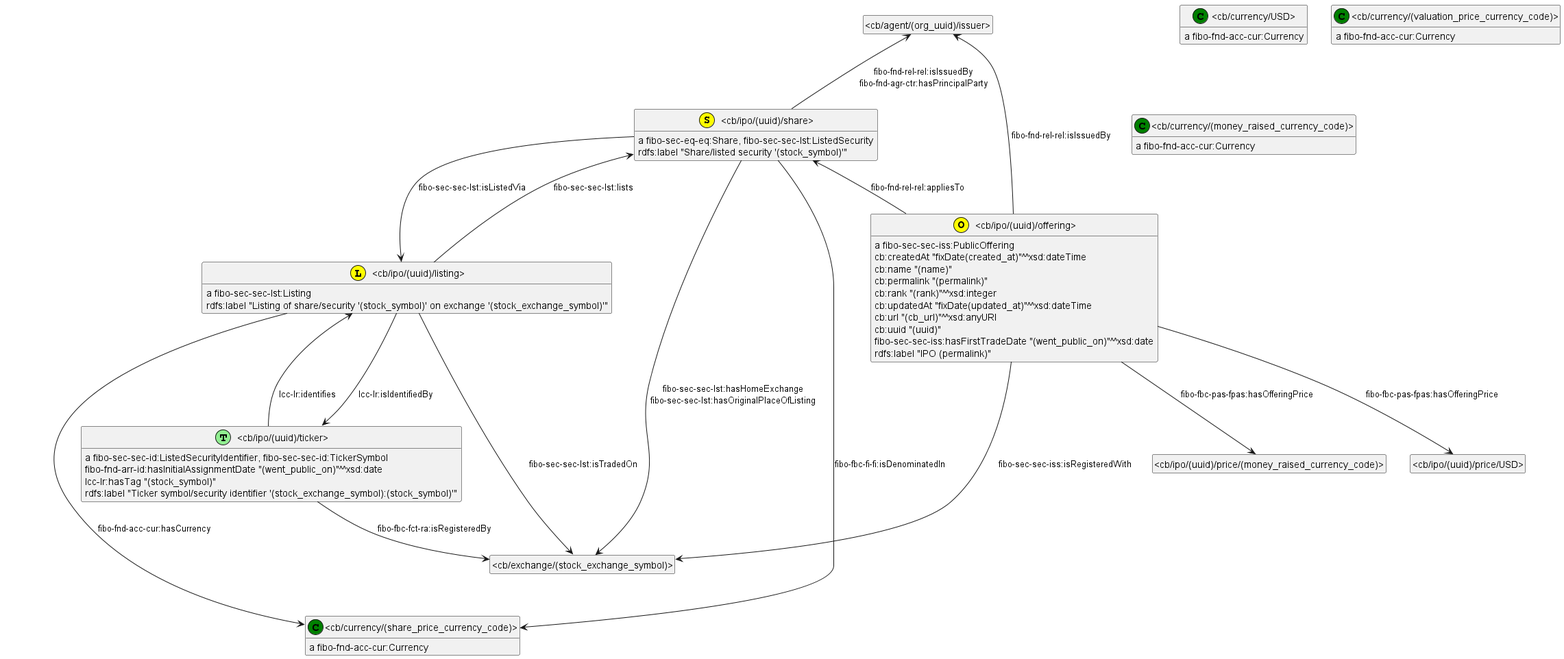
This is ipos-offering.png from VladimirAlexiev/crunchbase-fibo, a PlantUML export, as it was before one commit. The source it was exported from:
```plantuml
@startuml
hide empty members
hide circle
skinparam classAttributeIconSize 0
class _cb_currency_USD_ as "<cb/currency/USD>"
class _cb_currency_USD_ <<(C,green)>>
show _cb_currency_USD_ circle
class _cb_currency_share_price_currency_code_ as "<cb/currency/(share_price_currency_code)>"
class _cb_currency_share_price_currency_code_ <<(C,green)>>
show _cb_currency_share_price_currency_code_ circle
class _cb_currency_valuation_price_currency_code_ as "<cb/currency/(valuation_price_currency_code)>"
class _cb_currency_valuation_price_currency_code_ <<(C,green)>>
show _cb_currency_valuation_price_currency_code_ circle
class _cb_currency_money_raised_currency_code_ as "<cb/currency/(money_raised_currency_code)>"
class _cb_currency_money_raised_currency_code_ <<(C,green)>>
show _cb_currency_money_raised_currency_code_ circle
class _cb_ipo_uuid_ticker_ as "<cb/ipo/(uuid)/ticker>"
class _cb_ipo_uuid_ticker_ <<(T,lightgreen)>>
show _cb_ipo_uuid_ticker_ circle
class _cb_ipo_uuid_offering_ as "<cb/ipo/(uuid)/offering>"
class _cb_ipo_uuid_offering_ <<(O,yellow)>>
show _cb_ipo_uuid_offering_ circle
class _cb_ipo_uuid_share_ as "<cb/ipo/(uuid)/share>"
class _cb_ipo_uuid_share_ <<(S,yellow)>>
show _cb_ipo_uuid_share_ circle
class _cb_ipo_uuid_listing_ as "<cb/ipo/(uuid)/listing>"
class _cb_ipo_uuid_listing_ <<(L,yellow)>>
show _cb_ipo_uuid_listing_ circle
_cb_currency_money_raised_currency_code_ : {field} a fibo-fnd-acc-cur:Currency
_cb_ipo_uuid_listing_ : {field} a fibo-sec-sec-lst:Listing
_cb_ipo_uuid_listing_ -down-> _cb_currency_share_price_currency_code_ : fibo-fnd-acc-cur:hasCurrency
_cb_ipo_uuid_listing_ -down-> _cb_ipo_uuid_share_ : fibo-sec-sec-lst:lists
_cb_ipo_uuid_listing_ -down-> _cb_ipo_uuid_ticker_ : lcc-lr:isIdentifiedBy
class _cb_exchange_stock_exchange_symbol_ as "<cb/exchange/(stock_exchange_symbol)>"
_cb_ipo_uuid_listing_ -down-> _cb_exchange_stock_exchange_symbol_ : fibo-sec-sec-lst:isTradedOn
_cb_ipo_uuid_listing_ : {field} rdfs:label "Listing of share/security '(stock_symbol)' on exchange '(stock_exchange_symbol)'"
_cb_currency_valuation_price_currency_code_ : {field} a fibo-fnd-acc-cur:Currency
_cb_ipo_uuid_offering_ : {field} a fibo-sec-sec-iss:PublicOffering
class _cb_agent_org_uuid_issuer_ as "<cb/agent/(org_uuid)/issuer>"
_cb_ipo_uuid_offering_ -up-> _cb_agent_org_uuid_issuer_ : fibo-fnd-rel-rel:isIssuedBy
class _cb_ipo_uuid_price_money_raised_currency_code_ as "<cb/ipo/(uuid)/price/(money_raised_currency_code)>"
_cb_ipo_uuid_offering_ -down-> _cb_ipo_uuid_price_money_raised_currency_code_ : fibo-fbc-pas-fpas:hasOfferingPrice
class _cb_ipo_uuid_price_USD_ as "<cb/ipo/(uuid)/price/USD>"
_cb_ipo_uuid_offering_ -down-> _cb_ipo_uuid_price_USD_ : fibo-fbc-pas-fpas:hasOfferingPrice
_cb_ipo_uuid_offering_ -up-> _cb_ipo_uuid_share_ : fibo-fnd-rel-rel:appliesTo
_cb_ipo_uuid_offering_ -down-> _cb_exchange_stock_exchange_symbol_ : fibo-sec-sec-iss:isRegisteredWith
_cb_ipo_uuid_offering_ : {field} cb:createdAt "fixDate(created_at)"^^xsd:dateTime
_cb_ipo_uuid_offering_ : {field} cb:name "(name)"
_cb_ipo_uuid_offering_ : {field} cb:permalink "(permalink)"
_cb_ipo_uuid_offering_ : {field} cb:rank "(rank)"^^xsd:integer
_cb_ipo_uuid_offering_ : {field} cb:updatedAt "fixDate(updated_at)"^^xsd:dateTime
_cb_ipo_uuid_offering_ : {field} cb:url "(cb_url)"^^xsd:anyURI
_cb_ipo_uuid_offering_ : {field} cb:uuid "(uuid)"
_cb_ipo_uuid_offering_ : {field} fibo-sec-sec-iss:hasFirstTradeDate "(went_public_on)"^^xsd:date
_cb_ipo_uuid_offering_ : {field} rdfs:label "IPO (permalink)"
_cb_currency_share_price_currency_code_ : {field} a fibo-fnd-acc-cur:Currency
_cb_ipo_uuid_ticker_ : {field} a fibo-sec-sec-id:ListedSecurityIdentifier, fibo-sec-sec-id:TickerSymbol
_cb_ipo_uuid_ticker_ -up-> _cb_ipo_uuid_listing_ : lcc-lr:identifies
_cb_ipo_uuid_ticker_ -down-> _cb_exchange_stock_exchange_symbol_ : fibo-fbc-fct-ra:isRegisteredBy
_cb_ipo_uuid_ticker_ : {field} fibo-fnd-arr-id:hasInitialAssignmentDate "(went_public_on)"^^xsd:date
_cb_ipo_uuid_ticker_ : {field} lcc-lr:hasTag "(stock_symbol)"
_cb_ipo_uuid_ticker_ : {field} rdfs:label "Ticker symbol/security identifier '(stock_exchange_symbol):(stock_symbol)'"
_cb_currency_USD_ : {field} a fibo-fnd-acc-cur:Currency
_cb_ipo_uuid_share_ : {field} a fibo-sec-eq-eq:Share, fibo-sec-sec-lst:ListedSecurity
_cb_ipo_uuid_share_ -up-> _cb_agent_org_uuid_issuer_ : fibo-fnd-rel-rel:isIssuedBy\nfibo-fnd-agr-ctr:hasPrincipalParty
_cb_ipo_uuid_share_ -down----> _cb_currency_share_price_currency_code_ : fibo-fbc-fi-fi:isDenominatedIn
_cb_ipo_uuid_share_ -down-> _cb_ipo_uuid_listing_ : fibo-sec-sec-lst:isListedVia
_cb_ipo_uuid_share_ -down-> _cb_exchange_stock_exchange_symbol_ : fibo-sec-sec-lst:hasHomeExchange\nfibo-sec-sec-lst:hasOriginalPlaceOfListing
_cb_ipo_uuid_share_ : {field} rdfs:label "Share/listed security '(stock_symbol)'"
@enduml
```
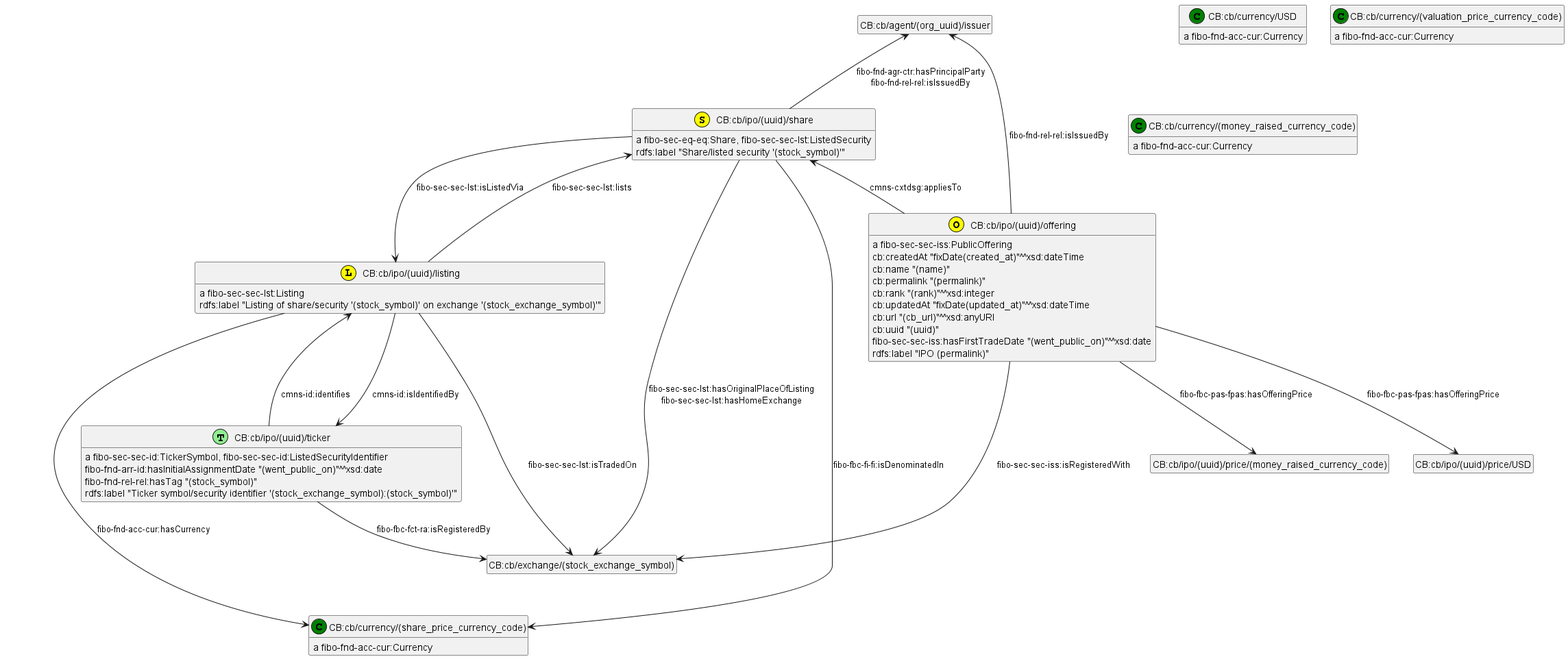
After the commit.

The edit, as a diff of the source:
```diff
@@ -2,69 +2,69 @@
 hide empty members
 hide circle
 skinparam classAttributeIconSize 0
-class _cb_currency_USD_ as "<cb/currency/USD>"
-class _cb_currency_USD_ <<(C,green)>>
-show _cb_currency_USD_ circle
-class _cb_currency_share_price_currency_code_ as "<cb/currency/(share_price_currency_code)>"
-class _cb_currency_share_price_currency_code_ <<(C,green)>>
-show _cb_currency_share_price_currency_code_ circle
-class _cb_currency_valuation_price_currency_code_ as "<cb/currency/(valuation_price_currency_code)>"
-class _cb_currency_valuation_price_currency_code_ <<(C,green)>>
-show _cb_currency_valuation_price_currency_code_ circle
-class _cb_currency_money_raised_currency_code_ as "<cb/currency/(money_raised_currency_code)>"
-class _cb_currency_money_raised_currency_code_ <<(C,green)>>
-show _cb_currency_money_raised_currency_code_ circle
-class _cb_ipo_uuid_ticker_ as "<cb/ipo/(uuid)/ticker>"
-class _cb_ipo_uuid_ticker_ <<(T,lightgreen)>>
-show _cb_ipo_uuid_ticker_ circle
-class _cb_ipo_uuid_offering_ as "<cb/ipo/(uuid)/offering>"
-class _cb_ipo_uuid_offering_ <<(O,yellow)>>
-show _cb_ipo_uuid_offering_ circle
-class _cb_ipo_uuid_share_ as "<cb/ipo/(uuid)/share>"
-class _cb_ipo_uuid_share_ <<(S,yellow)>>
-show _cb_ipo_uuid_share_ circle
-class _cb_ipo_uuid_listing_ as "<cb/ipo/(uuid)/listing>"
-class _cb_ipo_uuid_listing_ <<(L,yellow)>>
-show _cb_ipo_uuid_listing_ circle
-_cb_currency_money_raised_currency_code_ : {field} a fibo-fnd-acc-cur:Currency
-_cb_ipo_uuid_listing_ : {field} a fibo-sec-sec-lst:Listing
-_cb_ipo_uuid_listing_ -down-> _cb_currency_share_price_currency_code_ : fibo-fnd-acc-cur:hasCurrency
-_cb_ipo_uuid_listing_ -down-> _cb_ipo_uuid_share_ : fibo-sec-sec-lst:lists
-_cb_ipo_uuid_listing_ -down-> _cb_ipo_uuid_ticker_ : lcc-lr:isIdentifiedBy
-class _cb_exchange_stock_exchange_symbol_ as "<cb/exchange/(stock_exchange_symbol)>"
-_cb_ipo_uuid_listing_ -down-> _cb_exchange_stock_exchange_symbol_ : fibo-sec-sec-lst:isTradedOn
-_cb_ipo_uuid_listing_ : {field} rdfs:label "Listing of share/security '(stock_symbol)' on exchange '(stock_exchange_symbol)'"
-_cb_currency_valuation_price_currency_code_ : {field} a fibo-fnd-acc-cur:Currency
-_cb_ipo_uuid_offering_ : {field} a fibo-sec-sec-iss:PublicOffering
-class _cb_agent_org_uuid_issuer_ as "<cb/agent/(org_uuid)/issuer>"
-_cb_ipo_uuid_offering_ -up-> _cb_agent_org_uuid_issuer_ : fibo-fnd-rel-rel:isIssuedBy
-class _cb_ipo_uuid_price_money_raised_currency_code_ as "<cb/ipo/(uuid)/price/(money_raised_currency_code)>"
-_cb_ipo_uuid_offering_ -down-> _cb_ipo_uuid_price_money_raised_currency_code_ : fibo-fbc-pas-fpas:hasOfferingPrice
-class _cb_ipo_uuid_price_USD_ as "<cb/ipo/(uuid)/price/USD>"
-_cb_ipo_uuid_offering_ -down-> _cb_ipo_uuid_price_USD_ : fibo-fbc-pas-fpas:hasOfferingPrice
-_cb_ipo_uuid_offering_ -up-> _cb_ipo_uuid_share_ : fibo-fnd-rel-rel:appliesTo
-_cb_ipo_uuid_offering_ -down-> _cb_exchange_stock_exchange_symbol_ : fibo-sec-sec-iss:isRegisteredWith
-_cb_ipo_uuid_offering_ : {field} cb:createdAt "fixDate(created_at)"^^xsd:dateTime
-_cb_ipo_uuid_offering_ : {field} cb:name "(name)"
-_cb_ipo_uuid_offering_ : {field} cb:permalink "(permalink)"
-_cb_ipo_uuid_offering_ : {field} cb:rank "(rank)"^^xsd:integer
-_cb_ipo_uuid_offering_ : {field} cb:updatedAt "fixDate(updated_at)"^^xsd:dateTime
-_cb_ipo_uuid_offering_ : {field} cb:url "(cb_url)"^^xsd:anyURI
-_cb_ipo_uuid_offering_ : {field} cb:uuid "(uuid)"
-_cb_ipo_uuid_offering_ : {field} fibo-sec-sec-iss:hasFirstTradeDate "(went_public_on)"^^xsd:date
-_cb_ipo_uuid_offering_ : {field} rdfs:label "IPO (permalink)"
-_cb_currency_share_price_currency_code_ : {field} a fibo-fnd-acc-cur:Currency
-_cb_ipo_uuid_ticker_ : {field} a fibo-sec-sec-id:ListedSecurityIdentifier, fibo-sec-sec-id:TickerSymbol
-_cb_ipo_uuid_ticker_ -up-> _cb_ipo_uuid_listing_ : lcc-lr:identifies
-_cb_ipo_uuid_ticker_ -down-> _cb_exchange_stock_exchange_symbol_ : fibo-fbc-fct-ra:isRegisteredBy
-_cb_ipo_uuid_ticker_ : {field} fibo-fnd-arr-id:hasInitialAssignmentDate "(went_public_on)"^^xsd:date
-_cb_ipo_uuid_ticker_ : {field} lcc-lr:hasTag "(stock_symbol)"
-_cb_ipo_uuid_ticker_ : {field} rdfs:label "Ticker symbol/security identifier '(stock_exchange_symbol):(stock_symbol)'"
-_cb_currency_USD_ : {field} a fibo-fnd-acc-cur:Currency
-_cb_ipo_uuid_share_ : {field} a fibo-sec-eq-eq:Share, fibo-sec-sec-lst:ListedSecurity
-_cb_ipo_uuid_share_ -up-> _cb_agent_org_uuid_issuer_ : fibo-fnd-rel-rel:isIssuedBy\nfibo-fnd-agr-ctr:hasPrincipalParty
-_cb_ipo_uuid_share_ -down----> _cb_currency_share_price_currency_code_ : fibo-fbc-fi-fi:isDenominatedIn
-_cb_ipo_uuid_share_ -down-> _cb_ipo_uuid_listing_ : fibo-sec-sec-lst:isListedVia
-_cb_ipo_uuid_share_ -down-> _cb_exchange_stock_exchange_symbol_ : fibo-sec-sec-lst:hasHomeExchange\nfibo-sec-sec-lst:hasOriginalPlaceOfListing
-_cb_ipo_uuid_share_ : {field} rdfs:label "Share/listed security '(stock_symbol)'"
+class CB_cb_currency_USD as "CB:cb/currency/USD"
+class CB_cb_currency_USD <<(C,green)>>
+show CB_cb_currency_USD circle
+class CB_cb_currency_share_price_currency_code_ as "CB:cb/currency/(share_price_currency_code)"
+class CB_cb_currency_share_price_currency_code_ <<(C,green)>>
+show CB_cb_currency_share_price_currency_code_ circle
+class CB_cb_currency_valuation_price_currency_code_ as "CB:cb/currency/(valuation_price_currency_code)"
+class CB_cb_currency_valuation_price_currency_code_ <<(C,green)>>
+show CB_cb_currency_valuation_price_currency_code_ circle
+class CB_cb_currency_money_raised_currency_code_ as "CB:cb/currency/(money_raised_currency_code)"
+class CB_cb_currency_money_raised_currency_code_ <<(C,green)>>
+show CB_cb_currency_money_raised_currency_code_ circle
+class CB_cb_ipo_uuid_ticker as "CB:cb/ipo/(uuid)/ticker"
+class CB_cb_ipo_uuid_ticker <<(T,lightgreen)>>
+show CB_cb_ipo_uuid_ticker circle
+class CB_cb_ipo_uuid_offering as "CB:cb/ipo/(uuid)/offering"
+class CB_cb_ipo_uuid_offering <<(O,yellow)>>
+show CB_cb_ipo_uuid_offering circle
+class CB_cb_ipo_uuid_share as "CB:cb/ipo/(uuid)/share"
+class CB_cb_ipo_uuid_share <<(S,yellow)>>
+show CB_cb_ipo_uuid_share circle
+class CB_cb_ipo_uuid_listing as "CB:cb/ipo/(uuid)/listing"
+class CB_cb_ipo_uuid_listing <<(L,yellow)>>
+show CB_cb_ipo_uuid_listing circle
+CB_cb_ipo_uuid_listing : {field} a fibo-sec-sec-lst:Listing
+class CB_cb_exchange_stock_exchange_symbol_ as "CB:cb/exchange/(stock_exchange_symbol)"
+CB_cb_ipo_uuid_listing -down-> CB_cb_exchange_stock_exchange_symbol_ : fibo-sec-sec-lst:isTradedOn
+CB_cb_ipo_uuid_listing -down-> CB_cb_currency_share_price_currency_code_ : fibo-fnd-acc-cur:hasCurrency
+CB_cb_ipo_uuid_listing -down-> CB_cb_ipo_uuid_share : fibo-sec-sec-lst:lists
+CB_cb_ipo_uuid_listing -down-> CB_cb_ipo_uuid_ticker : cmns-id:isIdentifiedBy
+CB_cb_ipo_uuid_listing : {field} rdfs:label "Listing of share/security '(stock_symbol)' on exchange '(stock_exchange_symbol)'"
+CB_cb_ipo_uuid_share : {field} a fibo-sec-eq-eq:Share, fibo-sec-sec-lst:ListedSecurity
+CB_cb_ipo_uuid_share -down----> CB_cb_currency_share_price_currency_code_ : fibo-fbc-fi-fi:isDenominatedIn
+class CB_cb_agent_org_uuid_issuer as "CB:cb/agent/(org_uuid)/issuer"
+CB_cb_ipo_uuid_share -up-> CB_cb_agent_org_uuid_issuer : fibo-fnd-agr-ctr:hasPrincipalParty\nfibo-fnd-rel-rel:isIssuedBy
+CB_cb_ipo_uuid_share -down-> CB_cb_exchange_stock_exchange_symbol_ : fibo-sec-sec-lst:hasOriginalPlaceOfListing\nfibo-sec-sec-lst:hasHomeExchange
+CB_cb_ipo_uuid_share -down-> CB_cb_ipo_uuid_listing : fibo-sec-sec-lst:isListedVia
+CB_cb_ipo_uuid_share : {field} rdfs:label "Share/listed security '(stock_symbol)'"
+CB_cb_ipo_uuid_ticker : {field} a fibo-sec-sec-id:TickerSymbol, fibo-sec-sec-id:ListedSecurityIdentifier
+CB_cb_ipo_uuid_ticker -down-> CB_cb_exchange_stock_exchange_symbol_ : fibo-fbc-fct-ra:isRegisteredBy
+CB_cb_ipo_uuid_ticker -up-> CB_cb_ipo_uuid_listing : cmns-id:identifies
+CB_cb_ipo_uuid_ticker : {field} fibo-fnd-arr-id:hasInitialAssignmentDate "(went_public_on)"^^xsd:date
+CB_cb_ipo_uuid_ticker : {field} fibo-fnd-rel-rel:hasTag "(stock_symbol)"
+CB_cb_ipo_uuid_ticker : {field} rdfs:label "Ticker symbol/security identifier '(stock_exchange_symbol):(stock_symbol)'"
+CB_cb_ipo_uuid_offering : {field} a fibo-sec-sec-iss:PublicOffering
+CB_cb_ipo_uuid_offering -up-> CB_cb_ipo_uuid_share : cmns-cxtdsg:appliesTo
+class CB_cb_ipo_uuid_price_money_raised_currency_code_ as "CB:cb/ipo/(uuid)/price/(money_raised_currency_code)"
+CB_cb_ipo_uuid_offering -down-> CB_cb_ipo_uuid_price_money_raised_currency_code_ : fibo-fbc-pas-fpas:hasOfferingPrice
+class CB_cb_ipo_uuid_price_USD as "CB:cb/ipo/(uuid)/price/USD"
+CB_cb_ipo_uuid_offering -down-> CB_cb_ipo_uuid_price_USD : fibo-fbc-pas-fpas:hasOfferingPrice
+CB_cb_ipo_uuid_offering -down-> CB_cb_exchange_stock_exchange_symbol_ : fibo-sec-sec-iss:isRegisteredWith
+CB_cb_ipo_uuid_offering -up-> CB_cb_agent_org_uuid_issuer : fibo-fnd-rel-rel:isIssuedBy
+CB_cb_ipo_uuid_offering : {field} cb:createdAt "fixDate(created_at)"^^xsd:dateTime
+CB_cb_ipo_uuid_offering : {field} cb:name "(name)"
+CB_cb_ipo_uuid_offering : {field} cb:permalink "(permalink)"
+CB_cb_ipo_uuid_offering : {field} cb:rank "(rank)"^^xsd:integer
+CB_cb_ipo_uuid_offering : {field} cb:updatedAt "fixDate(updated_at)"^^xsd:dateTime
+CB_cb_ipo_uuid_offering : {field} cb:url "(cb_url)"^^xsd:anyURI
+CB_cb_ipo_uuid_offering : {field} cb:uuid "(uuid)"
+CB_cb_ipo_uuid_offering : {field} fibo-sec-sec-iss:hasFirstTradeDate "(went_public_on)"^^xsd:date
+CB_cb_ipo_uuid_offering : {field} rdfs:label "IPO (permalink)"
+CB_cb_currency_valuation_price_currency_code_ : {field} a fibo-fnd-acc-cur:Currency
+CB_cb_currency_money_raised_currency_code_ : {field} a fibo-fnd-acc-cur:Currency
+CB_cb_currency_share_price_currency_code_ : {field} a fibo-fnd-acc-cur:Currency
+CB_cb_currency_USD : {field} a fibo-fnd-acc-cur:Currency
 @enduml
```
